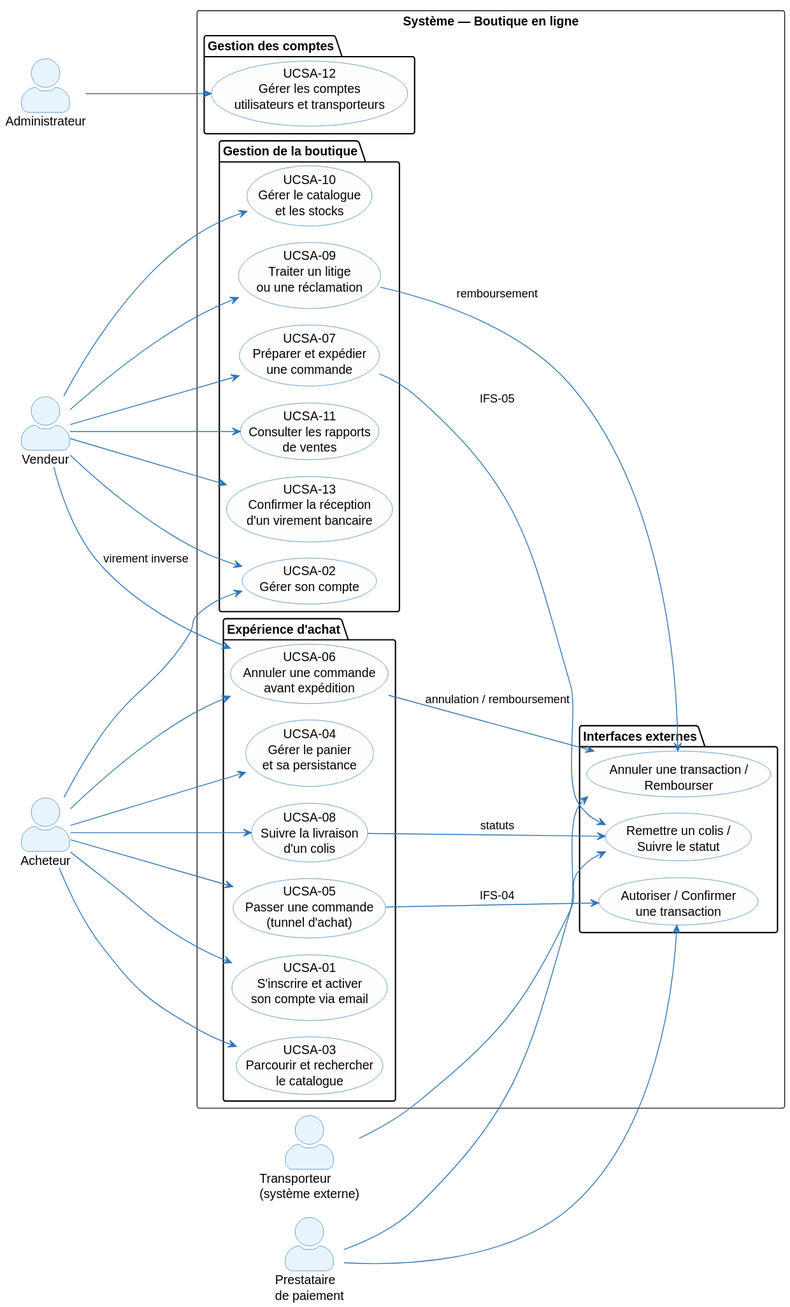
This is architecture/02-system-analysis/diagrams/sa-use-case.svg from louistalvande/online_shop, a PlantUML export, as it was before one commit. Source of this version:
```plantuml
@startuml
skinparam fontSize 9
skinparam actorStyle awesome
skinparam usecase {
  BackgroundColor #FEFEFE
  BorderColor #2E75B6
  ArrowColor #2E75B6
}
skinparam actor {
  BackgroundColor #E8F4FD
  BorderColor #2E75B6
}

left to right direction

actor "Administrateur" as Admin
actor "Vendeur" as Vendor
actor "Acheteur" as Buyer
actor "Transporteur\n(système externe)" as Carrier
actor "Prestataire\nde paiement" as Payment

rectangle "Système — Boutique en ligne" {

  package "Gestion des comptes" {
    usecase (UCSA-12\nGérer les comptes\nutilisateurs et transporteurs) as UC12
  }

  package "Gestion de la boutique" {
    usecase (UCSA-02\nGérer son compte) as UC02
    usecase (UCSA-10\nGérer le catalogue\net les stocks) as UC10
    usecase (UCSA-07\nPréparer et expédier\nune commande) as UC07
    usecase (UCSA-09\nTraiter un litige\nou une réclamation) as UC09
    usecase (UCSA-11\nConsulter les rapports\nde ventes) as UC11
    usecase (UCSA-13\nConfirmer la réception\nd'un virement bancaire) as UC13
  }

  package "Expérience d'achat" {
    usecase (UCSA-01\nS'inscrire et activer\nson compte via email) as UC01
    usecase (UCSA-03\nParcourir et rechercher\nle catalogue) as UC03
    usecase (UCSA-04\nGérer le panier\net sa persistance) as UC04
    usecase "UCSA-05\nPasser une commande\n(tunnel d'achat)" as UC05
    usecase (UCSA-06\nAnnuler une commande\navant expédition) as UC06
    usecase (UCSA-08\nSuivre la livraison\nd'un colis) as UC08
  }

  package "Interfaces externes" {
    usecase (Autoriser / Confirmer\nune transaction) as UC_P1
    usecase (Annuler une transaction /\nRembourser) as UC_P3
    usecase (Remettre un colis /\nSuivre le statut) as UC_C
  }
}

Admin --> UC12

Vendor --> UC02
Vendor --> UC10
Vendor --> UC07
Vendor --> UC09
Vendor --> UC11
Vendor --> UC13
Vendor --> UC06 : virement inverse

Buyer --> UC01
Buyer --> UC02
Buyer --> UC03
Buyer --> UC04
Buyer --> UC05
Buyer --> UC06
Buyer --> UC08

UC05 --> UC_P1 : IFS-04
UC06 --> UC_P3 : annulation / remboursement
UC09 --> UC_P3 : remboursement
UC07 --> UC_C : IFS-05
UC08 --> UC_C : statuts

Payment --> UC_P1
Payment --> UC_P3
Carrier --> UC_C
@enduml
```
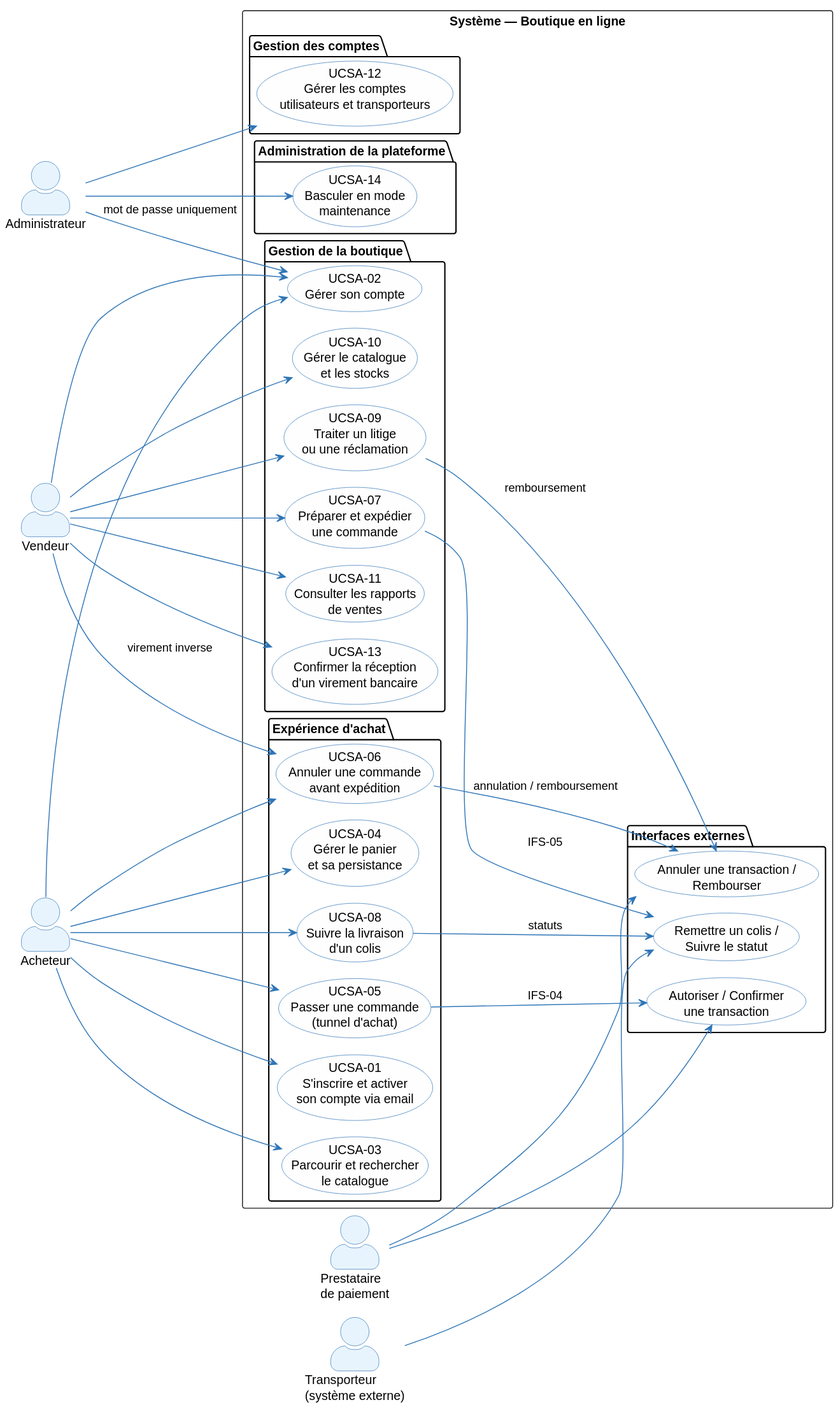
After the change.

Commit message:
add maintenance mode for admin

Diff of the diagram source:
```diff
@@ -23,6 +23,10 @@
 
   package "Gestion des comptes" {
     usecase (UCSA-12\nGérer les comptes\nutilisateurs et transporteurs) as UC12
+  }
+
+  package "Administration de la plateforme" {
+    usecase (UCSA-14\nBasculer en mode\nmaintenance) as UC14
   }
 
   package "Gestion de la boutique" {
@@ -51,6 +55,8 @@
 }
 
 Admin --> UC12
+Admin --> UC02 : mot de passe uniquement
+Admin --> UC14
 
 Vendor --> UC02
 Vendor --> UC10
```
